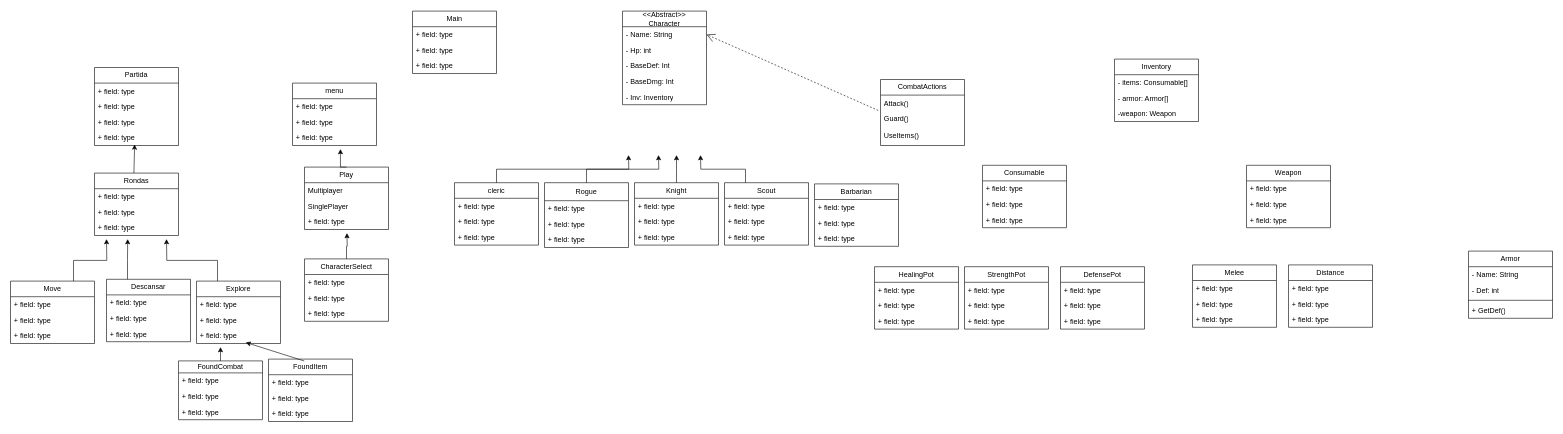
Earlier version of the draw.io diagram _MedievalZone/Medieval-Zone-Diagram.drawio (Loadingexploat83/Medieval-Zone). Source tidied: cells renumbered, new cells numbered last; positions are measured from the earlier drawing's top-left corner, leaving out a move shared by most shapes. Both pictures are drawn from the tidied source at 60%, with x=0, y=0 at pixel (10, 11).
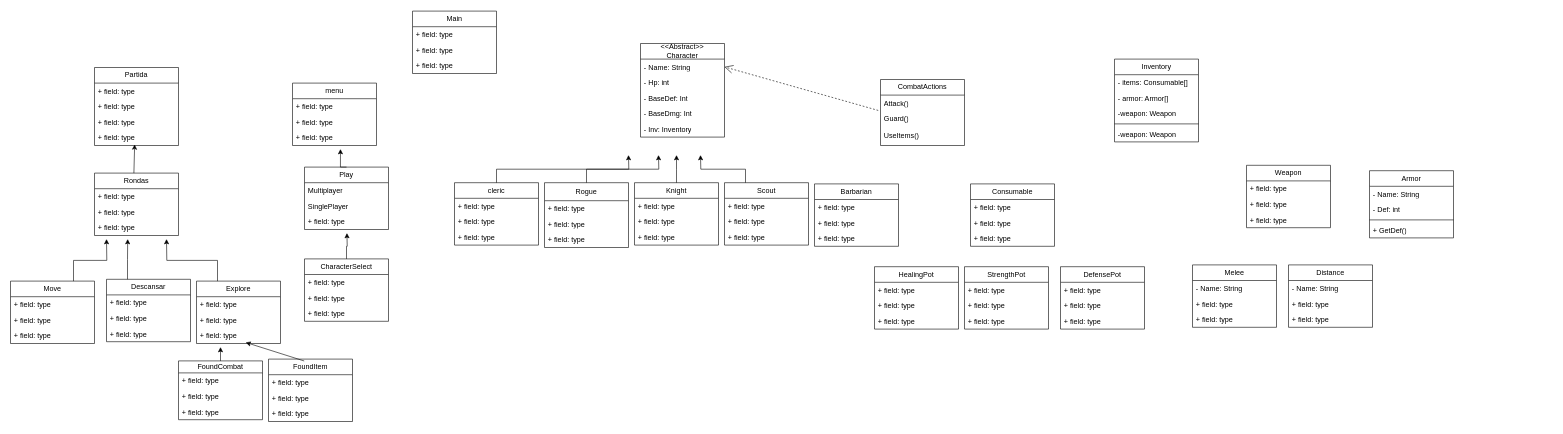
Above is the later version.

Unchanged cells that the change refers to:
```xml
<mxCell id="119" value="Melee" style="swimlane;fontStyle=0;horizontal=1;startSize=26;fillColor=none;whiteSpace=wrap;html=1;" parent="1" vertex="1">
  <mxGeometry x="1970" y="423" width="140" height="104" as="geometry" />
</mxCell>
<mxCell id="123" value="Distance" style="swimlane;fontStyle=0;horizontal=1;startSize=26;fillColor=none;whiteSpace=wrap;html=1;" parent="1" vertex="1">
  <mxGeometry x="2130" y="423" width="140" height="104" as="geometry" />
</mxCell>
```

Change to the diagram source:
```diff
@@
     <mxCell id="45" value="&lt;div&gt;&lt;font&gt;&amp;lt;&amp;lt;Abstract&amp;gt;&amp;gt;&lt;/font&gt;&lt;/div&gt;&lt;font&gt;Character&lt;/font&gt;" style="swimlane;fontStyle=0;horizontal=1;startSize=26;fillColor=none;whiteSpace=wrap;html=1;" parent="1" vertex="1">
-      <mxGeometry x="1020" width="140" height="156" as="geometry" />
+      <mxGeometry x="1050" y="54" width="140" height="156" as="geometry" />
     </mxCell>
@@
     <mxCell id="85" value="Inventory" style="swimlane;fontStyle=0;horizontal=1;startSize=26;fillColor=none;whiteSpace=wrap;html=1;" parent="1" vertex="1">
-      <mxGeometry x="1840" y="80" width="140" height="104" as="geometry" />
+      <mxGeometry x="1840" y="80" width="140" height="138" as="geometry" />
     </mxCell>
@@
+    <mxCell id="127" style="line;strokeWidth=1;fillColor=none;align=left;verticalAlign=middle;spacingTop=-1;spacingLeft=3;spacingRight=3;labelPosition=right;strokeColor=inherit;" parent="85" vertex="1">
+      <mxGeometry y="104" width="140" height="8" as="geometry" />
+    </mxCell>
+    <mxCell id="128" value="-weapon: Weapon" style="text;strokeColor=none;fillColor=none;align=left;verticalAlign=top;spacingLeft=4;spacingRight=4;overflow=hidden;whiteSpace=wrap;html=1;" parent="85" vertex="1">
+      <mxGeometry y="112" width="140" height="26" as="geometry" />
+    </mxCell>
     <mxCell id="89" value="Consumable" style="swimlane;fontStyle=0;horizontal=1;startSize=26;fillColor=none;whiteSpace=wrap;html=1;" parent="1" vertex="1">
-      <mxGeometry x="1620" y="257" width="140" height="104" as="geometry" />
+      <mxGeometry x="1600" y="288" width="140" height="104" as="geometry" />
     </mxCell>
@@
     <mxCell id="97" value="Armor" style="swimlane;fontStyle=0;horizontal=1;startSize=26;fillColor=none;whiteSpace=wrap;html=1;" parent="1" vertex="1">
-      <mxGeometry x="2430" y="400" width="140" height="112" as="geometry" />
+      <mxGeometry x="2265" y="266" width="140" height="112" as="geometry" />
     </mxCell>
@@
-    <mxCell id="120" value="+ field: type" style="text;strokeColor=none;fillColor=none;align=left;verticalAlign=top;spacingLeft=4;spacingRight=4;overflow=hidden;whiteSpace=wrap;html=1;" parent="119" vertex="1">
+    <mxCell id="120" value="- Name: String" style="text;strokeColor=none;fillColor=none;align=left;verticalAlign=top;spacingLeft=4;spacingRight=4;overflow=hidden;whiteSpace=wrap;html=1;" parent="119" vertex="1">
       <mxGeometry y="26" width="140" height="26" as="geometry" />
     </mxCell>
@@
-    <mxCell id="124" value="+ field: type" style="text;strokeColor=none;fillColor=none;align=left;verticalAlign=top;spacingLeft=4;spacingRight=4;overflow=hidden;whiteSpace=wrap;html=1;" parent="123" vertex="1">
+    <mxCell id="124" value="- Name: String" style="text;strokeColor=none;fillColor=none;align=left;verticalAlign=top;spacingLeft=4;spacingRight=4;overflow=hidden;whiteSpace=wrap;html=1;" parent="123" vertex="1">
       <mxGeometry y="26" width="140" height="26" as="geometry" />
     </mxCell>
```
